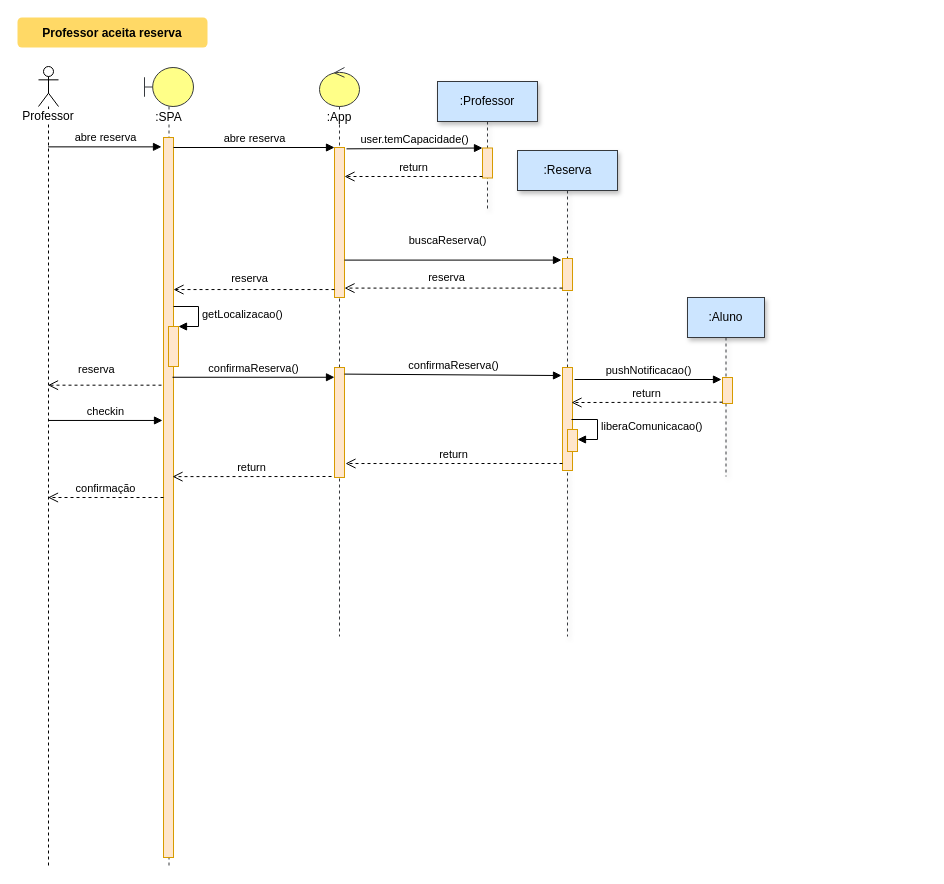
Earlier version of the draw.io diagram professor_efetua_checkin.drawio (Neandertals/personal). Source tidied: cells renumbered, new cells numbered last; positions are measured from the earlier drawing's top-left corner, leaving out a move shared by most shapes. Both pictures are drawn from the tidied source at 100%, with x=0, y=0 at pixel (17, 17).
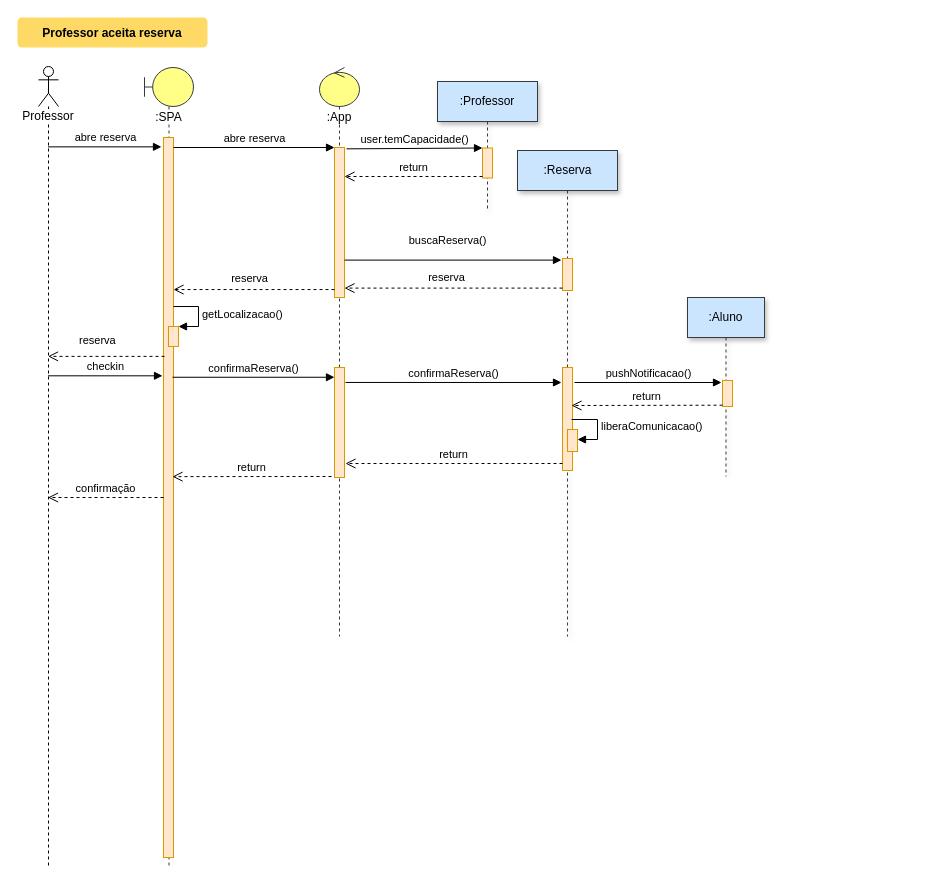
The same diagram, later.

Unchanged cells that the change refers to:
```xml
<mxCell id="4" style="html=1;points=[];perimeter=orthogonalPerimeter;fillColor=#ffe6cc;strokeColor=#d79b00;" parent="3" vertex="1">
  <mxGeometry x="19" y="70" width="10" height="720" as="geometry" />
</mxCell>
<mxCell id="5" value="Professor" style="shape=umlLifeline;participant=umlActor;perimeter=lifelinePerimeter;whiteSpace=wrap;html=1;verticalAlign=top;spacingTop=36;labelBackgroundColor=#ffffff;outlineConnect=0;" parent="1" vertex="1">
  <mxGeometry x="21" y="49" width="20" height="800" as="geometry" />
</mxCell>
<mxCell id="8" style="html=1;points=[];perimeter=orthogonalPerimeter;fillColor=#ffe6cc;strokeColor=#d79b00;" parent="6" vertex="1">
  <mxGeometry x="15" y="300" width="10" height="110" as="geometry" />
</mxCell>
<mxCell id="18" style="html=1;points=[];perimeter=orthogonalPerimeter;strokeColor=#d79b00;fillColor=#ffe6cc;" parent="16" vertex="1">
  <mxGeometry x="45" y="217" width="10" height="103" as="geometry" />
</mxCell>
<mxCell id="24" value=":Aluno" style="shape=umlLifeline;perimeter=lifelinePerimeter;whiteSpace=wrap;html=1;comic=0;gradientColor=none;shadow=1;strokeColor=#36393d;fillColor=#cce5ff;" parent="1" vertex="1">
  <mxGeometry x="670" y="280" width="77" height="179" as="geometry" />
</mxCell>
```

What changed in the source:
```diff
@@
-    <mxCell id="11" value="reserva" style="html=1;verticalAlign=bottom;endArrow=open;dashed=1;endSize=8;align=left;exitX=-0.2;exitY=0.344;exitDx=0;exitDy=0;exitPerimeter=0;" parent="1" edge="1" source="4" target="5">
+    <mxCell id="11" value="reserva" style="html=1;verticalAlign=bottom;endArrow=open;dashed=1;endSize=8;align=left;exitX=0.1;exitY=0.304;exitDx=0;exitDy=0;exitPerimeter=0;" parent="1" edge="1" source="4" target="5">
       <mxGeometry x="0.49" y="-7" relative="1" as="geometry" />
     </mxCell>
@@
-    <mxCell id="20" value="checkin" style="html=1;verticalAlign=bottom;endArrow=block;entryX=-0.1;entryY=0.393;entryDx=0;entryDy=0;entryPerimeter=0;" parent="1" edge="1" source="5" target="4">
+    <mxCell id="20" value="checkin" style="html=1;verticalAlign=bottom;endArrow=block;entryX=-0.1;entryY=0.331;entryDx=0;entryDy=0;entryPerimeter=0;" parent="1" edge="1" source="5" target="4">
       <mxGeometry relative="1" as="geometry" />
     </mxCell>
@@
     <mxCell id="25" style="html=1;points=[];perimeter=orthogonalPerimeter;comic=0;gradientColor=none;strokeColor=#d79b00;fillColor=#ffe6cc;" parent="24" vertex="1">
-      <mxGeometry x="35" y="80" width="10" height="26" as="geometry" />
+      <mxGeometry x="35" y="83" width="10" height="26" as="geometry" />
     </mxCell>
@@
     <mxCell id="27" value="pushNotificacao()" style="html=1;verticalAlign=bottom;endArrow=block;entryX=-0.1;entryY=0.077;entryDx=0;entryDy=0;entryPerimeter=0;" parent="1" edge="1" target="25">
       <mxGeometry relative="1" as="geometry">
-        <mxPoint x="557" y="362" as="sourcePoint" />
+        <mxPoint x="557" y="365" as="sourcePoint" />
       </mxGeometry>
     </mxCell>
-    <mxCell id="28" value="return" style="html=1;verticalAlign=bottom;endArrow=open;dashed=1;endSize=8;exitX=0;exitY=0.95;entryX=0.9;entryY=0.34;entryDx=0;entryDy=0;entryPerimeter=0;" parent="1" edge="1" source="25" target="18">
+    <mxCell id="28" value="return" style="html=1;verticalAlign=bottom;endArrow=open;dashed=1;endSize=8;exitX=0;exitY=0.95;entryX=0.9;entryY=0.369;entryDx=0;entryDy=0;entryPerimeter=0;" parent="1" edge="1" source="25" target="18">
       <mxGeometry relative="1" as="geometry" />
     </mxCell>
@@
     <mxCell id="32" style="html=1;points=[];perimeter=orthogonalPerimeter;strokeColor=#d79b00;fillColor=#ffe6cc;" parent="1" vertex="1">
-      <mxGeometry x="151" y="309" width="10" height="40" as="geometry" />
+      <mxGeometry x="151" y="309" width="10" height="20" as="geometry" />
     </mxCell>
@@
-    <mxCell id="35" value="confirmaReserva()" style="html=1;verticalAlign=bottom;endArrow=block;entryX=-0.1;entryY=0.078;entryDx=0;entryDy=0;entryPerimeter=0;exitX=1;exitY=0.06;exitDx=0;exitDy=0;exitPerimeter=0;" parent="1" edge="1" source="8" target="18">
-      <mxGeometry relative="1" as="geometry" />
+    <mxCell id="35" value="confirmaReserva()" style="html=1;verticalAlign=bottom;endArrow=block;exitX=1.1;exitY=0.136;exitDx=0;exitDy=0;exitPerimeter=0;" parent="1" edge="1" source="8">
+      <mxGeometry relative="1" as="geometry">
+        <mxPoint x="544" y="365" as="targetPoint" />
+      </mxGeometry>
     </mxCell>
```
